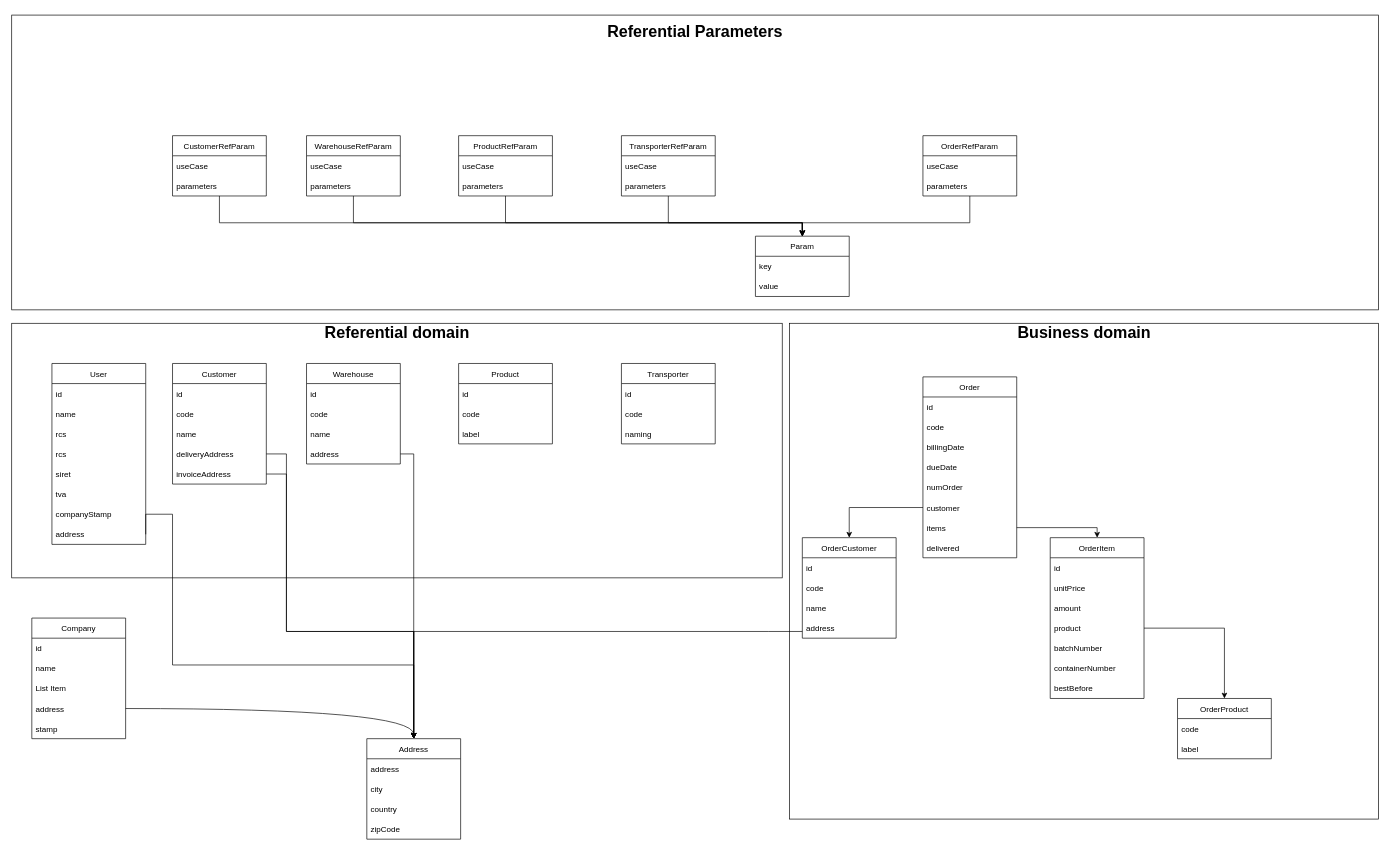
This is page "global" (1 of 4) of docs/data-model.dio from Lokicoule/facthub, a draw.io file, before an edit. Source tidied: cells renumbered, new cells numbered last; positions are measured from the earlier drawing's top-left corner, leaving out a move shared by most shapes. Both pictures are drawn from the tidied source at 67%, with x=0, y=0 at pixel (11, 15).
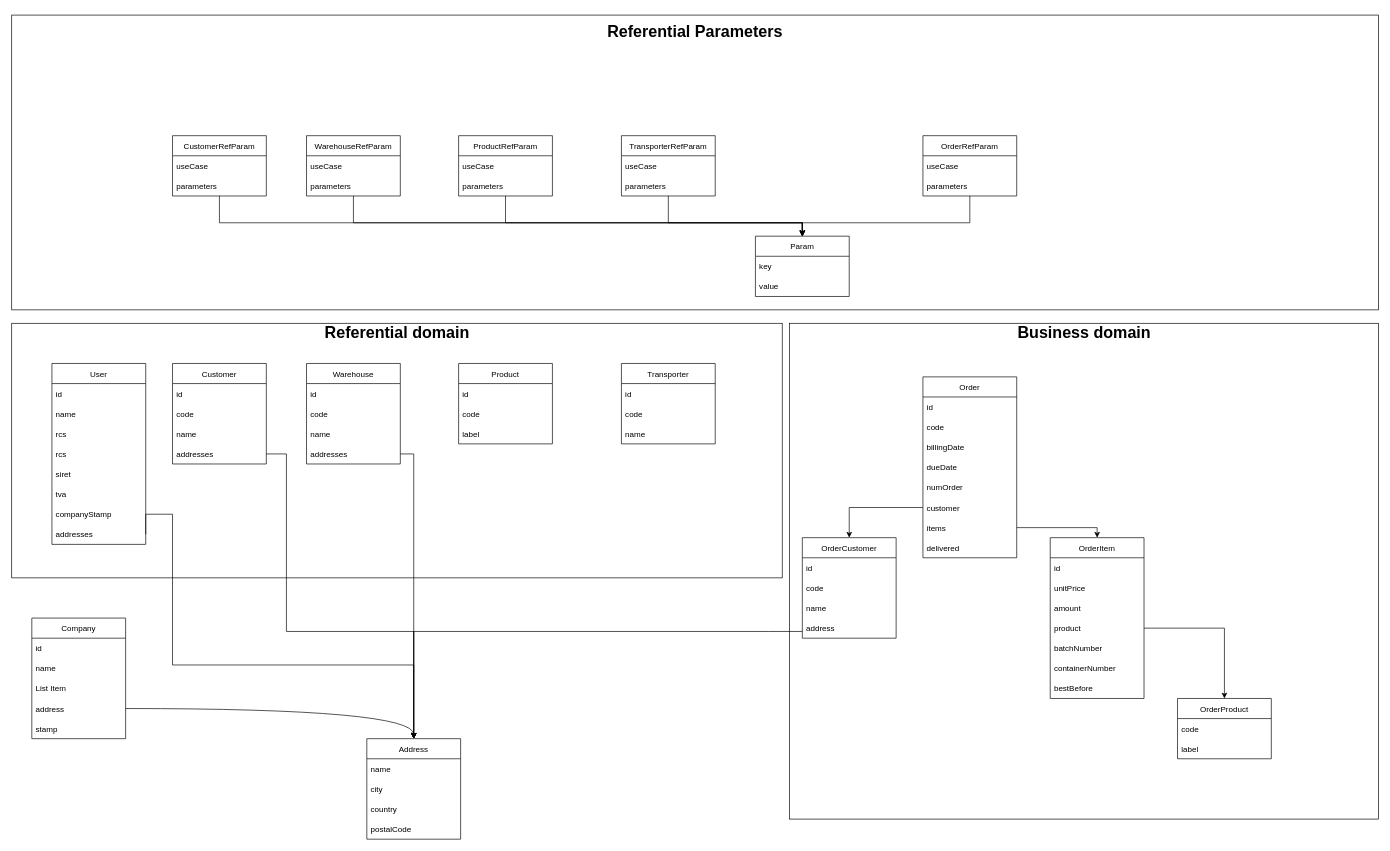
The same page after the edit.

Commit message:
docs(data-model) : second iteration

The change refers to these unchanged cells:
```xml
<mxCell id="4" value="User" style="swimlane;fontStyle=0;horizontal=1;startSize=30;" parent="1" vertex="1">
  <mxGeometry x="60" y="520" width="140" height="270" as="geometry" />
</mxCell>
<mxCell id="17" value="Transporter" style="swimlane;fontStyle=0;horizontal=1;startSize=30;" parent="1" vertex="1">
  <mxGeometry x="910" y="520" width="140" height="120" as="geometry" />
</mxCell>
<mxCell id="27" value="Address" style="swimlane;fontStyle=0;horizontal=1;startSize=30;" parent="1" vertex="1">
  <mxGeometry x="530" y="1080" width="140" height="150" as="geometry" />
</mxCell>
<mxCell id="61" value="Warehouse" style="swimlane;fontStyle=0;horizontal=1;startSize=30;" parent="1" vertex="1">
  <mxGeometry x="440" y="520" width="140" height="150" as="geometry" />
</mxCell>
```

What changed in the source:
```diff
@@
-    <mxCell id="12" value="address" style="text;strokeColor=none;fillColor=none;align=left;verticalAlign=middle;spacingLeft=4;spacingRight=4;overflow=hidden;points=[[0,0.5],[1,0.5]];portConstraint=eastwest;" parent="4" vertex="1">
+    <mxCell id="12" value="addresses" style="text;strokeColor=none;fillColor=none;align=left;verticalAlign=middle;spacingLeft=4;spacingRight=4;overflow=hidden;points=[[0,0.5],[1,0.5]];portConstraint=eastwest;" parent="4" vertex="1">
       <mxGeometry y="240" width="140" height="30" as="geometry" />
     </mxCell>
@@
-    <mxCell id="20" value="naming" style="text;strokeColor=none;fillColor=none;align=left;verticalAlign=middle;spacingLeft=4;spacingRight=4;overflow=hidden;" parent="17" vertex="1">
+    <mxCell id="20" value="name" style="text;strokeColor=none;fillColor=none;align=left;verticalAlign=middle;spacingLeft=4;spacingRight=4;overflow=hidden;" parent="17" vertex="1">
       <mxGeometry y="90" width="140" height="30" as="geometry" />
     </mxCell>
     <mxCell id="21" value="Customer" style="swimlane;fontStyle=0;horizontal=1;startSize=30;" parent="1" vertex="1">
-      <mxGeometry x="240" y="520" width="140" height="180" as="geometry" />
+      <mxGeometry x="240" y="520" width="140" height="150" as="geometry" />
     </mxCell>
@@
-    <mxCell id="25" value="deliveryAddress" style="text;strokeColor=none;fillColor=none;align=left;verticalAlign=middle;spacingLeft=4;spacingRight=4;overflow=hidden;points=[[0,0.5],[1,0.5]];portConstraint=eastwest;" parent="21" vertex="1">
+    <mxCell id="25" value="addresses" style="text;strokeColor=none;fillColor=none;align=left;verticalAlign=middle;spacingLeft=4;spacingRight=4;overflow=hidden;points=[[0,0.5],[1,0.5]];portConstraint=eastwest;" parent="21" vertex="1">
       <mxGeometry y="120" width="140" height="30" as="geometry" />
     </mxCell>
-    <mxCell id="26" value="invoiceAddress" style="text;strokeColor=none;fillColor=none;align=left;verticalAlign=middle;spacingLeft=4;spacingRight=4;overflow=hidden;points=[[0,0.5],[1,0.5]];portConstraint=eastwest;" parent="21" vertex="1">
-      <mxGeometry y="150" width="140" height="30" as="geometry" />
-    </mxCell>
@@
-    <mxCell id="28" value="address" style="text;strokeColor=none;fillColor=none;align=left;verticalAlign=middle;spacingLeft=4;spacingRight=4;overflow=hidden;" parent="27" vertex="1">
+    <mxCell id="28" value="name" style="text;strokeColor=none;fillColor=none;align=left;verticalAlign=middle;spacingLeft=4;spacingRight=4;overflow=hidden;" parent="27" vertex="1">
       <mxGeometry y="30" width="140" height="30" as="geometry" />
     </mxCell>
@@
-    <mxCell id="31" value="zipCode" style="text;strokeColor=none;fillColor=none;align=left;verticalAlign=middle;spacingLeft=4;spacingRight=4;overflow=hidden;" parent="27" vertex="1">
+    <mxCell id="31" value="postalCode" style="text;strokeColor=none;fillColor=none;align=left;verticalAlign=middle;spacingLeft=4;spacingRight=4;overflow=hidden;" parent="27" vertex="1">
       <mxGeometry y="120" width="140" height="30" as="geometry" />
     </mxCell>
@@
-    <mxCell id="65" value="address" style="text;strokeColor=none;fillColor=none;align=left;verticalAlign=middle;spacingLeft=4;spacingRight=4;overflow=hidden;points=[[0,0.5],[1,0.5]];portConstraint=eastwest;" parent="61" vertex="1">
+    <mxCell id="65" value="addresses" style="text;strokeColor=none;fillColor=none;align=left;verticalAlign=middle;spacingLeft=4;spacingRight=4;overflow=hidden;points=[[0,0.5],[1,0.5]];portConstraint=eastwest;" parent="61" vertex="1">
       <mxGeometry y="120" width="140" height="30" as="geometry" />
     </mxCell>
@@
-    <mxCell id="68" style="edgeStyle=orthogonalEdgeStyle;rounded=0;html=1;entryX=0.5;entryY=0;entryDx=0;entryDy=0;" parent="1" edge="1" source="26" target="27">
-      <mxGeometry relative="1" as="geometry">
-        <Array as="points">
-          <mxPoint x="410" y="685" />
-          <mxPoint x="410" y="920" />
-          <mxPoint x="600" y="920" />
-        </Array>
-      </mxGeometry>
-    </mxCell>
```
